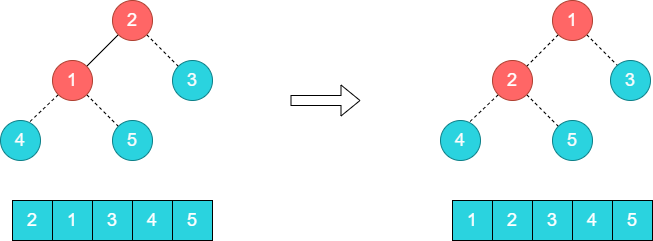
Before: blog/datastructure_algorithm/heapsort-stable/heapsort-demo8.png, a diagram exported from draw.io (zgjsxx/static-img-repo). Source tidied: cells renumbered, new cells last; positions are measured from the earlier drawing's top-left corner, leaving out a move shared by most shapes. Its diagram source:
```xml
<mxGraphModel>
  <root>
    <mxCell id="0" />
    <mxCell id="1" parent="0" />
    <mxCell id="2" style="shape=flexArrow;endArrow=classic;html=1;rounded=0;strokeColor=#000000;fontSize=18;fontColor=#FFFFFF;" parent="1" edge="1">
      <mxGeometry relative="1" as="geometry">
        <mxPoint x="290" y="100" as="sourcePoint" />
        <mxPoint x="360" y="100" as="targetPoint" />
      </mxGeometry>
    </mxCell>
    <mxCell id="3" style="rounded=0;orthogonalLoop=1;jettySize=auto;html=1;exitX=0;exitY=1;exitDx=0;exitDy=0;entryX=1;entryY=0;entryDx=0;entryDy=0;endArrow=none;endFill=0;fillColor=#b0e3e6;strokeColor=#000000;fontColor=#fcfcfc;dashed=1;" parent="1" edge="1">
      <mxGeometry relative="1" as="geometry">
        <mxPoint x="557.9" y="34.1" as="sourcePoint" />
        <mxPoint x="526.1" y="65.9" as="targetPoint" />
      </mxGeometry>
    </mxCell>
    <mxCell id="4" style="rounded=0;orthogonalLoop=1;jettySize=auto;html=1;exitX=1;exitY=1;exitDx=0;exitDy=0;entryX=0;entryY=0;entryDx=0;entryDy=0;endArrow=none;endFill=0;fillColor=#b0e3e6;strokeColor=#000000;fontColor=#fcfcfc;dashed=1;" parent="1" edge="1">
      <mxGeometry relative="1" as="geometry">
        <mxPoint x="586.1" y="34.1" as="sourcePoint" />
        <mxPoint x="617.9" y="65.9" as="targetPoint" />
      </mxGeometry>
    </mxCell>
    <mxCell id="5" style="rounded=0;orthogonalLoop=1;jettySize=auto;html=1;exitX=0;exitY=1;exitDx=0;exitDy=0;entryX=0.739;entryY=0.025;entryDx=0;entryDy=0;endArrow=none;endFill=0;fillColor=#b0e3e6;strokeColor=#000000;fontColor=#fcfcfc;dashed=1;entryPerimeter=0;" parent="1" edge="1">
      <mxGeometry relative="1" as="geometry">
        <mxPoint x="497.9" y="94.1" as="sourcePoint" />
        <mxPoint x="469.6" y="121" as="targetPoint" />
      </mxGeometry>
    </mxCell>
    <mxCell id="6" style="rounded=0;orthogonalLoop=1;jettySize=auto;html=1;entryX=1;entryY=1;entryDx=0;entryDy=0;endArrow=none;endFill=0;fillColor=#b0e3e6;strokeColor=#000000;fontColor=#fcfcfc;dashed=1;" parent="1" edge="1">
      <mxGeometry relative="1" as="geometry">
        <mxPoint x="558" y="126" as="sourcePoint" />
        <mxPoint x="526.1" y="94.1" as="targetPoint" />
      </mxGeometry>
    </mxCell>
    <mxCell id="7" value="&lt;font style=&quot;font-size: 18px&quot;&gt;1&lt;/font&gt;" style="rounded=0;whiteSpace=wrap;html=1;fillColor=#2AD3DF;fontColor=#FFFFFF;" parent="1" vertex="1">
      <mxGeometry x="452" y="200" width="40" height="40" as="geometry" />
    </mxCell>
    <mxCell id="8" value="&lt;span style=&quot;font-size: 18px&quot;&gt;2&lt;/span&gt;" style="rounded=0;whiteSpace=wrap;html=1;fillColor=#2AD3DF;fontColor=#FFFFFF;" parent="1" vertex="1">
      <mxGeometry x="492" y="200" width="40" height="40" as="geometry" />
    </mxCell>
    <mxCell id="9" value="&lt;font style=&quot;font-size: 18px&quot;&gt;3&lt;/font&gt;" style="rounded=0;whiteSpace=wrap;html=1;fillColor=#2AD3DF;fontColor=#FFFFFF;" parent="1" vertex="1">
      <mxGeometry x="532" y="200" width="40" height="40" as="geometry" />
    </mxCell>
    <mxCell id="10" value="&lt;font style=&quot;font-size: 18px&quot;&gt;4&lt;/font&gt;" style="rounded=0;whiteSpace=wrap;html=1;fillColor=#2AD3DF;fontColor=#FFFFFF;" parent="1" vertex="1">
      <mxGeometry x="572" y="200" width="40" height="40" as="geometry" />
    </mxCell>
    <mxCell id="11" value="&lt;font style=&quot;font-size: 18px&quot;&gt;5&lt;/font&gt;" style="rounded=0;whiteSpace=wrap;html=1;fillColor=#2AD3DF;fontColor=#FFFFFF;" parent="1" vertex="1">
      <mxGeometry x="612" y="200" width="40" height="40" as="geometry" />
    </mxCell>
    <mxCell id="12" value="&lt;font color=&quot;#ffffff&quot; style=&quot;font-size: 18px&quot;&gt;1&lt;/font&gt;" style="ellipse;whiteSpace=wrap;html=1;fillColor=#FF6666;strokeColor=#ae4132;" parent="1" vertex="1">
      <mxGeometry x="552" width="40" height="40" as="geometry" />
    </mxCell>
    <mxCell id="13" value="&lt;font style=&quot;font-size: 18px&quot;&gt;5&lt;/font&gt;" style="ellipse;whiteSpace=wrap;html=1;fillColor=#2AD3DF;strokeColor=#0e8088;fontColor=#fcfcfc;" parent="1" vertex="1">
      <mxGeometry x="552" y="120" width="40" height="40" as="geometry" />
    </mxCell>
    <mxCell id="14" value="&lt;font style=&quot;font-size: 18px&quot;&gt;4&lt;/font&gt;" style="ellipse;whiteSpace=wrap;html=1;fillColor=#2AD3DF;strokeColor=#0e8088;fontColor=#fcfcfc;" parent="1" vertex="1">
      <mxGeometry x="440" y="120" width="40" height="40" as="geometry" />
    </mxCell>
    <mxCell id="15" value="&lt;font style=&quot;font-size: 18px&quot;&gt;3&lt;/font&gt;" style="ellipse;whiteSpace=wrap;html=1;fillColor=#2AD3DF;strokeColor=#0e8088;fontColor=#fcfcfc;" parent="1" vertex="1">
      <mxGeometry x="610" y="60" width="40" height="40" as="geometry" />
    </mxCell>
    <mxCell id="16" value="&lt;font color=&quot;#ffffff&quot; style=&quot;font-size: 18px&quot;&gt;2&lt;/font&gt;" style="ellipse;whiteSpace=wrap;html=1;fillColor=#FF6666;strokeColor=#ae4132;" parent="1" vertex="1">
      <mxGeometry x="492" y="60" width="40" height="40" as="geometry" />
    </mxCell>
    <mxCell id="17" style="rounded=0;orthogonalLoop=1;jettySize=auto;html=1;exitX=0;exitY=1;exitDx=0;exitDy=0;entryX=1;entryY=0;entryDx=0;entryDy=0;endArrow=none;endFill=0;fillColor=#b0e3e6;strokeColor=#000000;fontColor=#fcfcfc;" parent="1" edge="1">
      <mxGeometry relative="1" as="geometry">
        <mxPoint x="117.9" y="34.1" as="sourcePoint" />
        <mxPoint x="86.1" y="65.9" as="targetPoint" />
      </mxGeometry>
    </mxCell>
    <mxCell id="18" style="rounded=0;orthogonalLoop=1;jettySize=auto;html=1;exitX=1;exitY=1;exitDx=0;exitDy=0;entryX=0;entryY=0;entryDx=0;entryDy=0;endArrow=none;endFill=0;fillColor=#b0e3e6;strokeColor=#000000;fontColor=#fcfcfc;dashed=1;" parent="1" edge="1">
      <mxGeometry relative="1" as="geometry">
        <mxPoint x="146.1" y="34.1" as="sourcePoint" />
        <mxPoint x="177.9" y="65.9" as="targetPoint" />
      </mxGeometry>
    </mxCell>
    <mxCell id="19" style="rounded=0;orthogonalLoop=1;jettySize=auto;html=1;exitX=0;exitY=1;exitDx=0;exitDy=0;entryX=0.739;entryY=0.025;entryDx=0;entryDy=0;endArrow=none;endFill=0;fillColor=#b0e3e6;strokeColor=#000000;fontColor=#fcfcfc;dashed=1;entryPerimeter=0;" parent="1" edge="1">
      <mxGeometry relative="1" as="geometry">
        <mxPoint x="57.9" y="94.1" as="sourcePoint" />
        <mxPoint x="29.6" y="121" as="targetPoint" />
      </mxGeometry>
    </mxCell>
    <mxCell id="20" style="rounded=0;orthogonalLoop=1;jettySize=auto;html=1;entryX=1;entryY=1;entryDx=0;entryDy=0;endArrow=none;endFill=0;fillColor=#b0e3e6;strokeColor=#000000;fontColor=#fcfcfc;dashed=1;" parent="1" edge="1">
      <mxGeometry relative="1" as="geometry">
        <mxPoint x="118" y="126" as="sourcePoint" />
        <mxPoint x="86.1" y="94.1" as="targetPoint" />
      </mxGeometry>
    </mxCell>
    <mxCell id="21" value="&lt;font style=&quot;font-size: 18px&quot;&gt;2&lt;/font&gt;" style="rounded=0;whiteSpace=wrap;html=1;fillColor=#2AD3DF;fontColor=#FFFFFF;" parent="1" vertex="1">
      <mxGeometry x="12" y="200" width="40" height="40" as="geometry" />
    </mxCell>
    <mxCell id="22" value="&lt;span style=&quot;font-size: 18px&quot;&gt;1&lt;/span&gt;" style="rounded=0;whiteSpace=wrap;html=1;fillColor=#2AD3DF;fontColor=#FFFFFF;" parent="1" vertex="1">
      <mxGeometry x="52" y="200" width="40" height="40" as="geometry" />
    </mxCell>
    <mxCell id="23" value="&lt;font style=&quot;font-size: 18px&quot;&gt;3&lt;/font&gt;" style="rounded=0;whiteSpace=wrap;html=1;fillColor=#2AD3DF;fontColor=#FFFFFF;" parent="1" vertex="1">
      <mxGeometry x="92" y="200" width="40" height="40" as="geometry" />
    </mxCell>
    <mxCell id="24" value="&lt;font style=&quot;font-size: 18px&quot;&gt;4&lt;/font&gt;" style="rounded=0;whiteSpace=wrap;html=1;fillColor=#2AD3DF;fontColor=#FFFFFF;" parent="1" vertex="1">
      <mxGeometry x="132" y="200" width="40" height="40" as="geometry" />
    </mxCell>
    <mxCell id="25" value="&lt;font style=&quot;font-size: 18px&quot;&gt;5&lt;/font&gt;" style="rounded=0;whiteSpace=wrap;html=1;fillColor=#2AD3DF;fontColor=#FFFFFF;" parent="1" vertex="1">
      <mxGeometry x="172" y="200" width="40" height="40" as="geometry" />
    </mxCell>
    <mxCell id="26" value="&lt;font color=&quot;#ffffff&quot; style=&quot;font-size: 18px&quot;&gt;2&lt;/font&gt;" style="ellipse;whiteSpace=wrap;html=1;fillColor=#FF6666;strokeColor=#ae4132;" parent="1" vertex="1">
      <mxGeometry x="112" width="40" height="40" as="geometry" />
    </mxCell>
    <mxCell id="27" value="&lt;font style=&quot;font-size: 18px&quot;&gt;5&lt;/font&gt;" style="ellipse;whiteSpace=wrap;html=1;fillColor=#2AD3DF;strokeColor=#0e8088;fontColor=#fcfcfc;" parent="1" vertex="1">
      <mxGeometry x="112" y="120" width="40" height="40" as="geometry" />
    </mxCell>
    <mxCell id="28" value="&lt;font style=&quot;font-size: 18px&quot;&gt;4&lt;/font&gt;" style="ellipse;whiteSpace=wrap;html=1;fillColor=#2AD3DF;strokeColor=#0e8088;fontColor=#fcfcfc;" parent="1" vertex="1">
      <mxGeometry y="120" width="40" height="40" as="geometry" />
    </mxCell>
    <mxCell id="29" value="&lt;font style=&quot;font-size: 18px&quot;&gt;3&lt;/font&gt;" style="ellipse;whiteSpace=wrap;html=1;fillColor=#2AD3DF;strokeColor=#0e8088;fontColor=#fcfcfc;" parent="1" vertex="1">
      <mxGeometry x="172" y="60" width="40" height="40" as="geometry" />
    </mxCell>
    <mxCell id="30" value="&lt;font color=&quot;#ffffff&quot; style=&quot;font-size: 18px&quot;&gt;1&lt;/font&gt;" style="ellipse;whiteSpace=wrap;html=1;fillColor=#FF6666;strokeColor=#ae4132;" parent="1" vertex="1">
      <mxGeometry x="52" y="60" width="40" height="40" as="geometry" />
    </mxCell>
  </root>
</mxGraphModel>
```
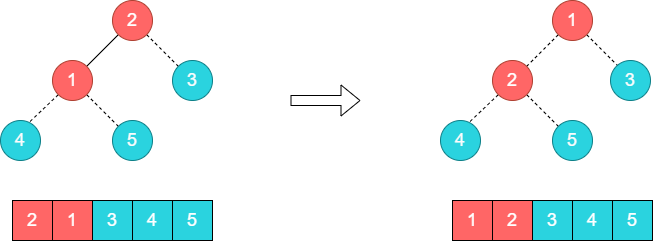
Later version of the same file.

Diff of the diagram source:
```diff
@@ -32,10 +32,10 @@
         <mxPoint x="526.1" y="94.1" as="targetPoint" />
       </mxGeometry>
     </mxCell>
-    <mxCell id="7" value="&lt;font style=&quot;font-size: 18px&quot;&gt;1&lt;/font&gt;" style="rounded=0;whiteSpace=wrap;html=1;fillColor=#2AD3DF;fontColor=#FFFFFF;" parent="1" vertex="1">
+    <mxCell id="7" value="&lt;font style=&quot;font-size: 18px&quot;&gt;1&lt;/font&gt;" style="rounded=0;whiteSpace=wrap;html=1;fillColor=#FF6666;fontColor=#FFFFFF;" parent="1" vertex="1">
       <mxGeometry x="452" y="200" width="40" height="40" as="geometry" />
     </mxCell>
-    <mxCell id="8" value="&lt;span style=&quot;font-size: 18px&quot;&gt;2&lt;/span&gt;" style="rounded=0;whiteSpace=wrap;html=1;fillColor=#2AD3DF;fontColor=#FFFFFF;" parent="1" vertex="1">
+    <mxCell id="8" value="&lt;span style=&quot;font-size: 18px&quot;&gt;2&lt;/span&gt;" style="rounded=0;whiteSpace=wrap;html=1;fillColor=#FF6666;fontColor=#FFFFFF;" parent="1" vertex="1">
       <mxGeometry x="492" y="200" width="40" height="40" as="geometry" />
     </mxCell>
     <mxCell id="9" value="&lt;font style=&quot;font-size: 18px&quot;&gt;3&lt;/font&gt;" style="rounded=0;whiteSpace=wrap;html=1;fillColor=#2AD3DF;fontColor=#FFFFFF;" parent="1" vertex="1">
@@ -86,10 +86,10 @@
         <mxPoint x="86.1" y="94.1" as="targetPoint" />
       </mxGeometry>
     </mxCell>
-    <mxCell id="21" value="&lt;font style=&quot;font-size: 18px&quot;&gt;2&lt;/font&gt;" style="rounded=0;whiteSpace=wrap;html=1;fillColor=#2AD3DF;fontColor=#FFFFFF;" parent="1" vertex="1">
+    <mxCell id="21" value="&lt;font style=&quot;font-size: 18px&quot;&gt;2&lt;/font&gt;" style="rounded=0;whiteSpace=wrap;html=1;fillColor=#FF6666;fontColor=#FFFFFF;" parent="1" vertex="1">
       <mxGeometry x="12" y="200" width="40" height="40" as="geometry" />
     </mxCell>
-    <mxCell id="22" value="&lt;span style=&quot;font-size: 18px&quot;&gt;1&lt;/span&gt;" style="rounded=0;whiteSpace=wrap;html=1;fillColor=#2AD3DF;fontColor=#FFFFFF;" parent="1" vertex="1">
+    <mxCell id="22" value="&lt;span style=&quot;font-size: 18px&quot;&gt;1&lt;/span&gt;" style="rounded=0;whiteSpace=wrap;html=1;fillColor=#FF6666;fontColor=#FFFFFF;" parent="1" vertex="1">
       <mxGeometry x="52" y="200" width="40" height="40" as="geometry" />
     </mxCell>
     <mxCell id="23" value="&lt;font style=&quot;font-size: 18px&quot;&gt;3&lt;/font&gt;" style="rounded=0;whiteSpace=wrap;html=1;fillColor=#2AD3DF;fontColor=#FFFFFF;" parent="1" vertex="1">
```
